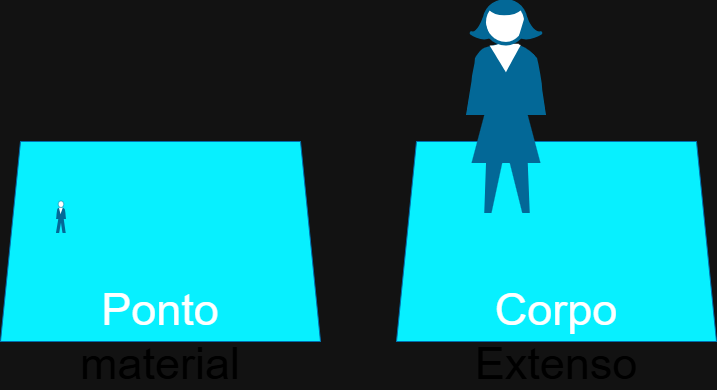
Above: figuras/fig-02.png in spoke666/Apostila-EM-FISICA-LaTeX (draw.io), before the change. Source tidied: cells renumbered, new cells last; positions are measured from the earlier drawing's top-left corner, leaving out a move shared by most shapes. The source it was exported from:
```xml
<mxGraphModel background="#ffffff">
  <root>
    <mxCell id="0" />
    <mxCell id="1" parent="0" />
    <mxCell id="2" style="shape=trapezoid;perimeter=trapezoidPerimeter;whiteSpace=wrap;html=1;fixedSize=1;fillColor=#07F0FF;fontColor=#ffffff;strokeColor=#006EAF;" parent="1" vertex="1">
      <mxGeometry y="140" width="320" height="200" as="geometry" />
    </mxCell>
    <mxCell id="3" style="shape=trapezoid;perimeter=trapezoidPerimeter;whiteSpace=wrap;html=1;fixedSize=1;fillColor=#07F0FF;fontColor=#ffffff;strokeColor=#006EAF;" parent="1" vertex="1">
      <mxGeometry x="396" y="140" width="320" height="200" as="geometry" />
    </mxCell>
    <mxCell id="4" style="strokeColor=#ffffff;sketch=0;html=1;dashed=0;fillColor=#036897;strokeWidth=2;verticalLabelPosition=bottom;verticalAlign=top;align=center;shape=mxgraph.cisco.people.standing_man_2;" parent="1" vertex="1">
      <mxGeometry x="56" y="200" width="10" height="32" as="geometry" />
    </mxCell>
    <mxCell id="5" style="strokeColor=#ffffff;sketch=0;html=1;dashed=0;fillColor=#036897;strokeWidth=2;verticalLabelPosition=bottom;verticalAlign=top;align=center;shape=mxgraph.cisco.people.standing_woman_2;" parent="1" vertex="1">
      <mxGeometry x="466" width="80" height="212" as="geometry" />
    </mxCell>
    <mxCell id="6" value="Ponto &lt;font style=&quot;color: rgb(0, 0, 0);&quot;&gt;material&lt;/font&gt;" style="text;html=1;whiteSpace=wrap;strokeColor=none;fillColor=none;align=center;verticalAlign=middle;rounded=0;fontSize=45;" parent="1" vertex="1">
      <mxGeometry x="130" y="320" width="60" height="30" as="geometry" />
    </mxCell>
    <mxCell id="7" value="Corpo&lt;div&gt;&lt;font style=&quot;color: rgb(0, 0, 0);&quot;&gt;Extenso&lt;/font&gt;&lt;/div&gt;" style="text;html=1;whiteSpace=wrap;strokeColor=none;fillColor=none;align=center;verticalAlign=middle;rounded=0;fontSize=45;" parent="1" vertex="1">
      <mxGeometry x="526" y="320" width="60" height="30" as="geometry" />
    </mxCell>
  </root>
</mxGraphModel>
```
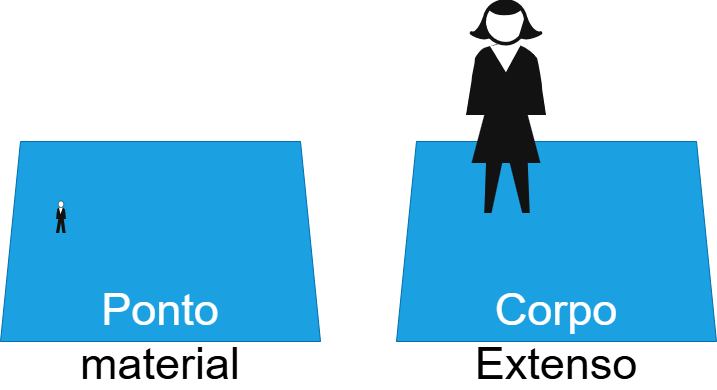
After the change.

What changed in the source:
```diff
@@ -2,16 +2,16 @@
   <root>
     <mxCell id="0" />
     <mxCell id="1" parent="0" />
-    <mxCell id="2" style="shape=trapezoid;perimeter=trapezoidPerimeter;whiteSpace=wrap;html=1;fixedSize=1;fillColor=#07F0FF;fontColor=#ffffff;strokeColor=#006EAF;" parent="1" vertex="1">
+    <mxCell id="2" style="shape=trapezoid;perimeter=trapezoidPerimeter;whiteSpace=wrap;html=1;fixedSize=1;fillColor=#1ba1e2;fontColor=#ffffff;strokeColor=#006EAF;" parent="1" vertex="1">
       <mxGeometry y="140" width="320" height="200" as="geometry" />
     </mxCell>
-    <mxCell id="3" style="shape=trapezoid;perimeter=trapezoidPerimeter;whiteSpace=wrap;html=1;fixedSize=1;fillColor=#07F0FF;fontColor=#ffffff;strokeColor=#006EAF;" parent="1" vertex="1">
+    <mxCell id="3" style="shape=trapezoid;perimeter=trapezoidPerimeter;whiteSpace=wrap;html=1;fixedSize=1;fillColor=#1ba1e2;fontColor=#ffffff;strokeColor=#006EAF;" parent="1" vertex="1">
       <mxGeometry x="396" y="140" width="320" height="200" as="geometry" />
     </mxCell>
-    <mxCell id="4" style="strokeColor=#ffffff;sketch=0;html=1;dashed=0;fillColor=#036897;strokeWidth=2;verticalLabelPosition=bottom;verticalAlign=top;align=center;shape=mxgraph.cisco.people.standing_man_2;" parent="1" vertex="1">
+    <mxCell id="4" style="sketch=0;html=1;dashed=0;strokeWidth=2;verticalLabelPosition=bottom;verticalAlign=top;align=center;shape=mxgraph.cisco.people.standing_man_2;" parent="1" vertex="1">
       <mxGeometry x="56" y="200" width="10" height="32" as="geometry" />
     </mxCell>
-    <mxCell id="5" style="strokeColor=#ffffff;sketch=0;html=1;dashed=0;fillColor=#036897;strokeWidth=2;verticalLabelPosition=bottom;verticalAlign=top;align=center;shape=mxgraph.cisco.people.standing_woman_2;" parent="1" vertex="1">
+    <mxCell id="5" style="sketch=0;html=1;dashed=0;strokeWidth=2;verticalLabelPosition=bottom;verticalAlign=top;align=center;shape=mxgraph.cisco.people.standing_woman_2;" parent="1" vertex="1">
       <mxGeometry x="466" width="80" height="212" as="geometry" />
     </mxCell>
     <mxCell id="6" value="Ponto &lt;font style=&quot;color: rgb(0, 0, 0);&quot;&gt;material&lt;/font&gt;" style="text;html=1;whiteSpace=wrap;strokeColor=none;fillColor=none;align=center;verticalAlign=middle;rounded=0;fontSize=45;" parent="1" vertex="1">
```
